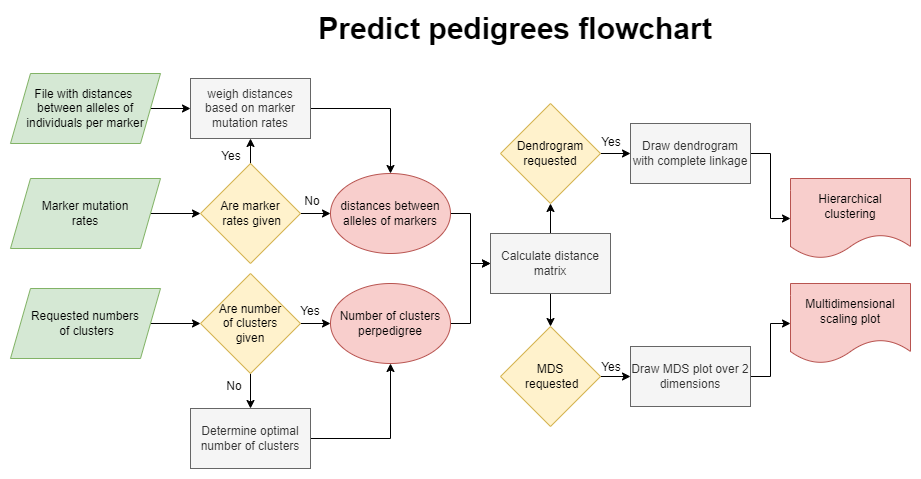
Above: diagrams/predict_pedigrees.drawio.png in genid/MalePedigreeToolbox (draw.io), before the change. Source tidied: cells renumbered, new cells last; positions are measured from the earlier drawing's top-left corner, leaving out a move shared by most shapes.
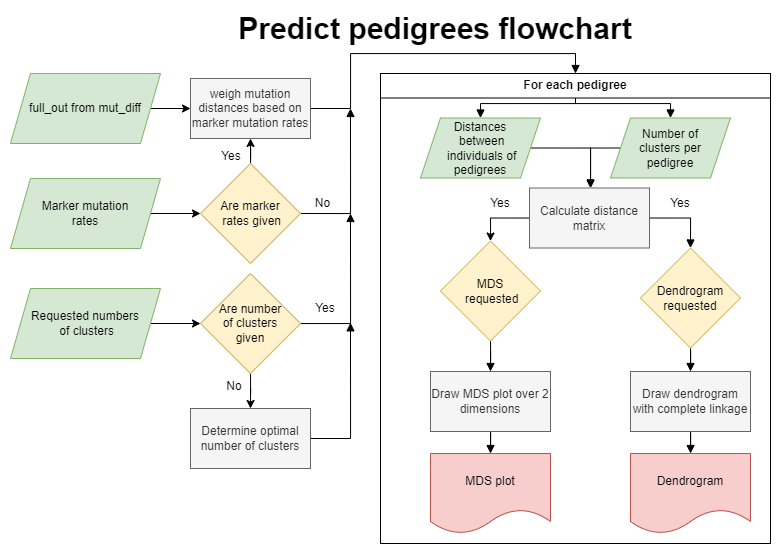
Later version of the same file.

The edit, as a diff of the source:
```diff
@@ -2,125 +2,171 @@
   <root>
     <mxCell id="0" />
     <mxCell id="1" parent="0" />
+    <mxCell id="42" style="rounded=0;whiteSpace=wrap;html=1;fillColor=none;" parent="1" vertex="1">
+      <mxGeometry x="280" y="10" width="390" height="470" as="geometry" />
+    </mxCell>
     <mxCell id="2" value="&lt;b&gt;&lt;font style=&quot;font-size: 30px;&quot;&gt;Predict pedigrees flowchart&lt;/font&gt;&lt;/b&gt;" style="text;html=1;strokeColor=none;fillColor=none;align=center;verticalAlign=middle;whiteSpace=wrap;rounded=0;" parent="1" vertex="1">
-      <mxGeometry x="280" width="450" height="30" as="geometry" />
+      <mxGeometry x="110" y="-50" width="450" height="30" as="geometry" />
     </mxCell>
     <mxCell id="3" style="edgeStyle=orthogonalEdgeStyle;rounded=0;jettySize=auto;html=1;entryX=0;entryY=0.5;entryDx=0;entryDy=0;" parent="1" edge="1" source="4" target="10">
       <mxGeometry relative="1" as="geometry" />
     </mxCell>
-    <mxCell id="4" value="File with distances &lt;br&gt;between alleles of individuals per marker" style="shape=parallelogram;perimeter=parallelogramPerimeter;whiteSpace=wrap;html=1;fixedSize=1;fontSize=12;fillColor=#d5e8d4;strokeColor=#82b366;" parent="1" vertex="1">
-      <mxGeometry y="60" width="150" height="70" as="geometry" />
+    <mxCell id="4" value="full_out from mut_diff" style="shape=parallelogram;perimeter=parallelogramPerimeter;whiteSpace=wrap;html=1;fixedSize=1;fontSize=12;fillColor=#d5e8d4;strokeColor=#82b366;" parent="1" vertex="1">
+      <mxGeometry x="-90" y="10" width="150" height="70" as="geometry" />
     </mxCell>
     <mxCell id="5" style="edgeStyle=orthogonalEdgeStyle;rounded=0;jettySize=auto;html=1;entryX=0;entryY=0.5;entryDx=0;entryDy=0;" parent="1" edge="1" source="6" target="18">
       <mxGeometry relative="1" as="geometry" />
     </mxCell>
     <mxCell id="6" value="Marker mutation&lt;br&gt;rates" style="shape=parallelogram;perimeter=parallelogramPerimeter;whiteSpace=wrap;html=1;fixedSize=1;fontSize=12;fillColor=#d5e8d4;strokeColor=#82b366;" parent="1" vertex="1">
-      <mxGeometry y="165" width="150" height="70" as="geometry" />
+      <mxGeometry x="-90" y="115" width="150" height="70" as="geometry" />
     </mxCell>
     <mxCell id="7" style="edgeStyle=orthogonalEdgeStyle;rounded=0;jettySize=auto;html=1;entryX=0;entryY=0.5;entryDx=0;entryDy=0;" parent="1" edge="1" source="8" target="13">
       <mxGeometry relative="1" as="geometry" />
     </mxCell>
     <mxCell id="8" value="Requested numbers&lt;br&gt;&amp;nbsp;of clusters" style="shape=parallelogram;perimeter=parallelogramPerimeter;whiteSpace=wrap;html=1;fixedSize=1;fontSize=12;fillColor=#d5e8d4;strokeColor=#82b366;" parent="1" vertex="1">
-      <mxGeometry y="275" width="150" height="70" as="geometry" />
+      <mxGeometry x="-90" y="225" width="150" height="70" as="geometry" />
     </mxCell>
-    <mxCell id="9" style="edgeStyle=orthogonalEdgeStyle;rounded=0;jettySize=auto;html=1;" parent="1" edge="1" source="10" target="20">
-      <mxGeometry relative="1" as="geometry" />
-    </mxCell>
+    <mxCell id="43" style="edgeStyle=orthogonalEdgeStyle;rounded=0;jettySize=auto;html=1;entryX=0.5;entryY=0;entryDx=0;entryDy=0;fontSize=12;endArrow=block;endFill=1;" parent="1" edge="1" source="10" target="52">
+      <mxGeometry relative="1" as="geometry">
+        <Array as="points">
+          <mxPoint x="250" y="45" />
+          <mxPoint x="250" y="-10" />
+          <mxPoint x="475" y="-10" />
+        </Array>
+      </mxGeometry>
+    </mxCell>
-    <mxCell id="10" value="weigh distances based on marker mutation rates" style="rounded=0;whiteSpace=wrap;html=1;fillColor=#f5f5f5;fontColor=#333333;strokeColor=#666666;" parent="1" vertex="1">
-      <mxGeometry x="180" y="65" width="120" height="60" as="geometry" />
+    <mxCell id="10" value="weigh mutation distances based on marker mutation rates" style="rounded=0;whiteSpace=wrap;html=1;fillColor=#f5f5f5;fontColor=#333333;strokeColor=#666666;" parent="1" vertex="1">
+      <mxGeometry x="90" y="15" width="120" height="60" as="geometry" />
     </mxCell>
     <mxCell id="11" style="edgeStyle=orthogonalEdgeStyle;rounded=0;jettySize=auto;html=1;entryX=0.5;entryY=0;entryDx=0;entryDy=0;" parent="1" edge="1" source="13" target="15">
       <mxGeometry relative="1" as="geometry" />
     </mxCell>
-    <mxCell id="12" style="edgeStyle=orthogonalEdgeStyle;rounded=0;jettySize=auto;html=1;entryX=0;entryY=0.5;entryDx=0;entryDy=0;" parent="1" edge="1" source="13" target="22">
-      <mxGeometry relative="1" as="geometry" />
-    </mxCell>
+    <mxCell id="44" style="edgeStyle=orthogonalEdgeStyle;rounded=0;jettySize=auto;html=1;fontSize=12;endArrow=block;endFill=1;" parent="1" edge="1" source="13">
+      <mxGeometry relative="1" as="geometry">
+        <mxPoint x="250" y="150" as="targetPoint" />
+      </mxGeometry>
+    </mxCell>
     <mxCell id="13" value="Are number&lt;br&gt;&amp;nbsp;of clusters &lt;br&gt;given" style="rhombus;whiteSpace=wrap;html=1;fillColor=#fff2cc;strokeColor=#d6b656;" parent="1" vertex="1">
-      <mxGeometry x="190" y="260" width="100" height="100" as="geometry" />
+      <mxGeometry x="100" y="210" width="100" height="100" as="geometry" />
     </mxCell>
-    <mxCell id="14" style="edgeStyle=orthogonalEdgeStyle;rounded=0;jettySize=auto;html=1;" parent="1" edge="1" source="15" target="22">
-      <mxGeometry relative="1" as="geometry" />
-    </mxCell>
+    <mxCell id="45" style="edgeStyle=orthogonalEdgeStyle;rounded=0;jettySize=auto;html=1;fontSize=12;endArrow=block;endFill=1;" parent="1" edge="1" source="15">
+      <mxGeometry relative="1" as="geometry">
+        <mxPoint x="250" y="259.3" as="targetPoint" />
+      </mxGeometry>
+    </mxCell>
     <mxCell id="15" value="Determine optimal number of clusters" style="rounded=0;whiteSpace=wrap;html=1;fillColor=#f5f5f5;fontColor=#333333;strokeColor=#666666;" parent="1" vertex="1">
-      <mxGeometry x="180" y="395" width="120" height="60" as="geometry" />
+      <mxGeometry x="90" y="345" width="120" height="60" as="geometry" />
     </mxCell>
     <mxCell id="16" style="edgeStyle=orthogonalEdgeStyle;rounded=0;jettySize=auto;html=1;entryX=0.5;entryY=1;entryDx=0;entryDy=0;" parent="1" edge="1" source="18" target="10">
       <mxGeometry relative="1" as="geometry" />
     </mxCell>
-    <mxCell id="17" style="edgeStyle=orthogonalEdgeStyle;rounded=0;jettySize=auto;html=1;entryX=0;entryY=0.5;entryDx=0;entryDy=0;" parent="1" edge="1" source="18" target="20">
-      <mxGeometry relative="1" as="geometry" />
-    </mxCell>
+    <mxCell id="46" style="edgeStyle=orthogonalEdgeStyle;rounded=0;jettySize=auto;html=1;fontSize=12;endArrow=block;endFill=1;exitX=1;exitY=0.5;exitDx=0;exitDy=0;" parent="1" edge="1" source="18">
+      <mxGeometry relative="1" as="geometry">
+        <mxPoint x="250" y="45" as="targetPoint" />
+      </mxGeometry>
+    </mxCell>
     <mxCell id="18" value="Are marker&lt;br&gt;&amp;nbsp;rates given" style="rhombus;whiteSpace=wrap;html=1;fillColor=#fff2cc;strokeColor=#d6b656;" parent="1" vertex="1">
-      <mxGeometry x="190" y="150" width="100" height="100" as="geometry" />
+      <mxGeometry x="100" y="100" width="100" height="100" as="geometry" />
     </mxCell>
-    <mxCell id="19" style="edgeStyle=orthogonalEdgeStyle;rounded=0;jettySize=auto;html=1;entryX=0;entryY=0.5;entryDx=0;entryDy=0;" parent="1" edge="1" source="20" target="30">
-      <mxGeometry relative="1" as="geometry" />
-    </mxCell>
-    <mxCell id="20" value="distances between alleles of markers" style="ellipse;whiteSpace=wrap;html=1;fillColor=#f8cecc;strokeColor=#b85450;" parent="1" vertex="1">
-      <mxGeometry x="320" y="160" width="120" height="80" as="geometry" />
-    </mxCell>
-    <mxCell id="21" style="edgeStyle=orthogonalEdgeStyle;rounded=0;jettySize=auto;html=1;entryX=0;entryY=0.5;entryDx=0;entryDy=0;" parent="1" edge="1" source="22" target="30">
-      <mxGeometry relative="1" as="geometry" />
-    </mxCell>
-    <mxCell id="22" value="Number of clusters perpedigree" style="ellipse;whiteSpace=wrap;html=1;fillColor=#f8cecc;strokeColor=#b85450;" parent="1" vertex="1">
-      <mxGeometry x="320" y="270" width="120" height="80" as="geometry" />
-    </mxCell>
     <mxCell id="23" value="Yes" style="text;html=1;strokeColor=none;fillColor=none;align=center;verticalAlign=middle;whiteSpace=wrap;rounded=0;" parent="1" vertex="1">
-      <mxGeometry x="191" y="128" width="60" height="30" as="geometry" />
+      <mxGeometry x="101" y="78" width="60" height="30" as="geometry" />
     </mxCell>
     <mxCell id="24" value="No" style="text;html=1;strokeColor=none;fillColor=none;align=center;verticalAlign=middle;whiteSpace=wrap;rounded=0;" parent="1" vertex="1">
-      <mxGeometry x="272" y="173" width="60" height="30" as="geometry" />
+      <mxGeometry x="195" y="124.5" width="55" height="30" as="geometry" />
     </mxCell>
     <mxCell id="25" value="Yes" style="text;html=1;strokeColor=none;fillColor=none;align=center;verticalAlign=middle;whiteSpace=wrap;rounded=0;" parent="1" vertex="1">
-      <mxGeometry x="270" y="283" width="60" height="30" as="geometry" />
+      <mxGeometry x="200" y="230" width="50" height="30" as="geometry" />
     </mxCell>
     <mxCell id="26" value="No" style="text;html=1;strokeColor=none;fillColor=none;align=center;verticalAlign=middle;whiteSpace=wrap;rounded=0;" parent="1" vertex="1">
-      <mxGeometry x="194" y="358" width="60" height="30" as="geometry" />
+      <mxGeometry x="104" y="308" width="60" height="30" as="geometry" />
     </mxCell>
-    <mxCell id="27" value="Multidimensional scaling plot" style="shape=document;whiteSpace=wrap;html=1;boundedLbl=1;fillColor=#f8cecc;strokeColor=#b85450;" parent="1" vertex="1">
-      <mxGeometry x="780" y="270" width="120" height="80" as="geometry" />
-    </mxCell>
-    <mxCell id="28" style="edgeStyle=orthogonalEdgeStyle;rounded=0;jettySize=auto;html=1;entryX=0.5;entryY=1;entryDx=0;entryDy=0;" parent="1" edge="1" source="30" target="32">
-      <mxGeometry relative="1" as="geometry" />
-    </mxCell>
-    <mxCell id="29" style="edgeStyle=orthogonalEdgeStyle;rounded=0;jettySize=auto;html=1;entryX=0.5;entryY=0;entryDx=0;entryDy=0;" parent="1" edge="1" source="30" target="34">
-      <mxGeometry relative="1" as="geometry" />
+    <mxCell id="29" style="edgeStyle=orthogonalEdgeStyle;rounded=0;jettySize=auto;html=1;entryX=0.5;entryY=0;entryDx=0;entryDy=0;" parent="1" edge="1" target="34">
+      <mxGeometry relative="1" as="geometry">
+        <mxPoint x="450" y="154.5" as="sourcePoint" />
+      </mxGeometry>
     </mxCell>
+    <mxCell id="47" style="edgeStyle=orthogonalEdgeStyle;rounded=0;jettySize=auto;html=1;entryX=0.5;entryY=0;entryDx=0;entryDy=0;fontSize=12;endArrow=block;endFill=1;" parent="1" edge="1" target="32">
+      <mxGeometry relative="1" as="geometry">
+        <mxPoint x="530" y="154.5" as="sourcePoint" />
+      </mxGeometry>
+    </mxCell>
     <mxCell id="30" value="Calculate distance matrix" style="rounded=0;whiteSpace=wrap;html=1;fillColor=#f5f5f5;fontColor=#333333;strokeColor=#666666;" parent="1" vertex="1">
-      <mxGeometry x="480" y="220" width="120" height="60" as="geometry" />
+      <mxGeometry x="429" y="124.5" width="120" height="60" as="geometry" />
     </mxCell>
-    <mxCell id="31" style="edgeStyle=orthogonalEdgeStyle;rounded=0;jettySize=auto;html=1;entryX=0;entryY=0.5;entryDx=0;entryDy=0;" parent="1" edge="1" source="32" target="37">
+    <mxCell id="31" style="edgeStyle=orthogonalEdgeStyle;rounded=0;jettySize=auto;html=1;entryX=0.5;entryY=0;entryDx=0;entryDy=0;fontSize=12;endArrow=block;endFill=1;" parent="1" edge="1" source="32" target="37">
       <mxGeometry relative="1" as="geometry" />
     </mxCell>
     <mxCell id="32" value="Dendrogram requested" style="rhombus;whiteSpace=wrap;html=1;fillColor=#fff2cc;strokeColor=#d6b656;" parent="1" vertex="1">
-      <mxGeometry x="490" y="90" width="100" height="100" as="geometry" />
+      <mxGeometry x="540" y="184.5" width="100" height="100" as="geometry" />
     </mxCell>
-    <mxCell id="33" style="edgeStyle=orthogonalEdgeStyle;rounded=0;jettySize=auto;html=1;entryX=0;entryY=0.5;entryDx=0;entryDy=0;" parent="1" edge="1" source="34" target="41">
+    <mxCell id="33" style="edgeStyle=orthogonalEdgeStyle;rounded=0;jettySize=auto;html=1;entryX=0.5;entryY=0;entryDx=0;entryDy=0;fontSize=12;endArrow=block;endFill=1;" parent="1" edge="1" source="34" target="41">
       <mxGeometry relative="1" as="geometry" />
     </mxCell>
     <mxCell id="34" value="MDS&lt;br&gt;&amp;nbsp;requested" style="rhombus;whiteSpace=wrap;html=1;fillColor=#fff2cc;strokeColor=#d6b656;" parent="1" vertex="1">
-      <mxGeometry x="490" y="313" width="100" height="100" as="geometry" />
+      <mxGeometry x="340" y="177.5" width="100" height="100" as="geometry" />
     </mxCell>
+    <mxCell id="48" style="edgeStyle=orthogonalEdgeStyle;rounded=0;jettySize=auto;html=1;fontSize=12;endArrow=block;endFill=1;" parent="1" edge="1" source="37" target="58">
+      <mxGeometry relative="1" as="geometry" />
+    </mxCell>
+    <mxCell id="37" value="Draw dendrogram with complete linkage" style="rounded=0;whiteSpace=wrap;html=1;fillColor=#f5f5f5;fontColor=#333333;strokeColor=#666666;" parent="1" vertex="1">
+      <mxGeometry x="530" y="308" width="120" height="60" as="geometry" />
+    </mxCell>
+    <mxCell id="39" value="Yes" style="text;html=1;strokeColor=none;fillColor=none;align=center;verticalAlign=middle;whiteSpace=wrap;rounded=0;" parent="1" vertex="1">
+      <mxGeometry x="370" y="124.5" width="60" height="30" as="geometry" />
+    </mxCell>
+    <mxCell id="49" style="edgeStyle=orthogonalEdgeStyle;rounded=0;jettySize=auto;html=1;entryX=0.5;entryY=0;entryDx=0;entryDy=0;fontSize=12;endArrow=block;endFill=1;" parent="1" edge="1" source="41" target="57">
+      <mxGeometry relative="1" as="geometry" />
+    </mxCell>
+    <mxCell id="41" value="Draw MDS plot over 2 dimensions" style="rounded=0;whiteSpace=wrap;html=1;fillColor=#f5f5f5;fontColor=#333333;strokeColor=#666666;" parent="1" vertex="1">
+      <mxGeometry x="330" y="308" width="120" height="60" as="geometry" />
+    </mxCell>
+    <mxCell id="50" style="edgeStyle=orthogonalEdgeStyle;rounded=0;jettySize=auto;html=1;entryX=0.5;entryY=0;entryDx=0;entryDy=0;fontSize=12;endArrow=block;endFill=1;exitX=0.5;exitY=1;exitDx=0;exitDy=0;" parent="1" edge="1" source="52" target="54">
+      <mxGeometry relative="1" as="geometry">
+        <Array as="points">
+          <mxPoint x="475" y="40" />
+          <mxPoint x="380" y="40" />
+        </Array>
+      </mxGeometry>
+    </mxCell>
+    <mxCell id="51" style="edgeStyle=orthogonalEdgeStyle;rounded=0;jettySize=auto;html=1;entryX=0.5;entryY=0;entryDx=0;entryDy=0;fontSize=12;endArrow=block;endFill=1;exitX=0.5;exitY=1;exitDx=0;exitDy=0;" parent="1" edge="1" source="52" target="56">
+      <mxGeometry relative="1" as="geometry">
+        <Array as="points">
+          <mxPoint x="475" y="40" />
+          <mxPoint x="570" y="40" />
+        </Array>
+      </mxGeometry>
+    </mxCell>
+    <mxCell id="52" value="&lt;b&gt;&lt;font style=&quot;font-size: 12px;&quot;&gt;For each pedigree&lt;/font&gt;&lt;/b&gt;" style="rounded=0;whiteSpace=wrap;html=1;fillColor=none;" parent="1" vertex="1">
+      <mxGeometry x="280" y="10" width="390" height="24.5" as="geometry" />
+    </mxCell>
     <mxCell id="35" value="Yes" style="text;html=1;strokeColor=none;fillColor=none;align=center;verticalAlign=middle;whiteSpace=wrap;rounded=0;" parent="1" vertex="1">
-      <mxGeometry x="571" y="339" width="60" height="30" as="geometry" />
+      <mxGeometry x="550" y="124.5" width="60" height="30" as="geometry" />
     </mxCell>
-    <mxCell id="36" style="edgeStyle=orthogonalEdgeStyle;rounded=0;jettySize=auto;html=1;entryX=0;entryY=0.5;entryDx=0;entryDy=0;" parent="1" edge="1" source="37" target="38">
-      <mxGeometry relative="1" as="geometry" />
-    </mxCell>
-    <mxCell id="37" value="Draw dendrogram with complete linkage" style="rounded=0;whiteSpace=wrap;html=1;fillColor=#f5f5f5;fontColor=#333333;strokeColor=#666666;" parent="1" vertex="1">
-      <mxGeometry x="620" y="110" width="120" height="60" as="geometry" />
-    </mxCell>
-    <mxCell id="38" value="Hierarchical clustering" style="shape=document;whiteSpace=wrap;html=1;boundedLbl=1;fillColor=#f8cecc;strokeColor=#b85450;" parent="1" vertex="1">
-      <mxGeometry x="780" y="165" width="120" height="80" as="geometry" />
-    </mxCell>
-    <mxCell id="39" value="Yes" style="text;html=1;strokeColor=none;fillColor=none;align=center;verticalAlign=middle;whiteSpace=wrap;rounded=0;" parent="1" vertex="1">
-      <mxGeometry x="571" y="114" width="60" height="30" as="geometry" />
-    </mxCell>
-    <mxCell id="40" style="edgeStyle=orthogonalEdgeStyle;rounded=0;jettySize=auto;html=1;entryX=0;entryY=0.5;entryDx=0;entryDy=0;" parent="1" edge="1" source="41" target="27">
-      <mxGeometry relative="1" as="geometry" />
-    </mxCell>
-    <mxCell id="41" value="Draw MDS plot over 2 dimensions" style="rounded=0;whiteSpace=wrap;html=1;fillColor=#f5f5f5;fontColor=#333333;strokeColor=#666666;" parent="1" vertex="1">
-      <mxGeometry x="620" y="333" width="120" height="60" as="geometry" />
-    </mxCell>
+    <mxCell id="53" style="edgeStyle=orthogonalEdgeStyle;rounded=0;jettySize=auto;html=1;entryX=0.5;entryY=0;entryDx=0;entryDy=0;fontSize=12;endArrow=block;endFill=1;exitX=1;exitY=0.5;exitDx=0;exitDy=0;" parent="1" edge="1" source="54" target="30">
+      <mxGeometry relative="1" as="geometry">
+        <Array as="points">
+          <mxPoint x="490" y="85" />
+        </Array>
+      </mxGeometry>
+    </mxCell>
+    <mxCell id="54" value="Distances&lt;br&gt;&amp;nbsp;between&lt;br&gt;&amp;nbsp;individuals of pedigrees" style="shape=parallelogram;perimeter=parallelogramPerimeter;whiteSpace=wrap;html=1;fixedSize=1;fontSize=12;fillColor=#d5e8d4;strokeColor=#82b366;" parent="1" vertex="1">
+      <mxGeometry x="320" y="54.5" width="120" height="60" as="geometry" />
+    </mxCell>
+    <mxCell id="55" style="edgeStyle=orthogonalEdgeStyle;rounded=0;jettySize=auto;html=1;fontSize=12;endArrow=block;endFill=1;exitX=0;exitY=0.5;exitDx=0;exitDy=0;" parent="1" edge="1" source="56" target="30">
+      <mxGeometry relative="1" as="geometry">
+        <Array as="points">
+          <mxPoint x="490" y="85" />
+        </Array>
+      </mxGeometry>
+    </mxCell>
+    <mxCell id="56" value="Number of&lt;br&gt;&amp;nbsp;clusters per &lt;br&gt;pedigree" style="shape=parallelogram;perimeter=parallelogramPerimeter;whiteSpace=wrap;html=1;fixedSize=1;fontSize=12;fillColor=#d5e8d4;strokeColor=#82b366;" parent="1" vertex="1">
+      <mxGeometry x="510" y="54.5" width="120" height="60" as="geometry" />
+    </mxCell>
+    <mxCell id="57" value="MDS plot" style="shape=document;whiteSpace=wrap;html=1;boundedLbl=1;fontSize=12;fillColor=#f8cecc;strokeColor=#b85450;" parent="1" vertex="1">
+      <mxGeometry x="330" y="390" width="120" height="80" as="geometry" />
+    </mxCell>
+    <mxCell id="58" value="Dendrogram" style="shape=document;whiteSpace=wrap;html=1;boundedLbl=1;fontSize=12;fillColor=#f8cecc;strokeColor=#b85450;" parent="1" vertex="1">
+      <mxGeometry x="530" y="390" width="120" height="80" as="geometry" />
+    </mxCell>
   </root>
 </mxGraphModel>
```
